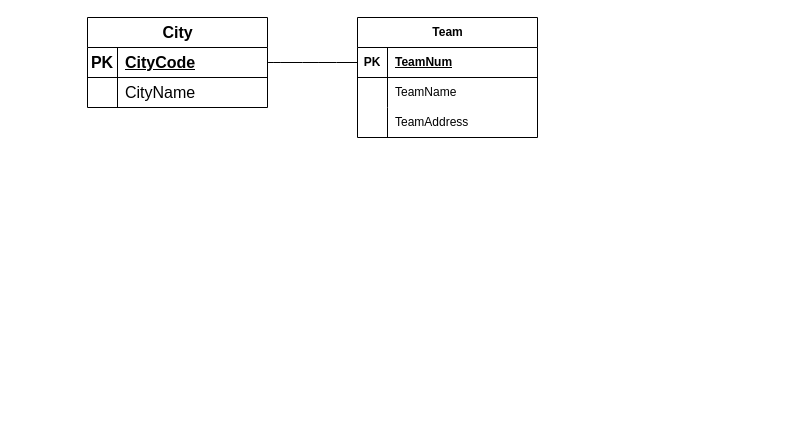
This is CSCCS.drawio from AyTea14/CSCCS-Flowchart, a draw.io file, before an edit. Source tidied: cells renumbered, new cells numbered last; positions are measured from the earlier drawing's top-left corner, leaving out a move shared by most shapes. Both pictures are drawn from the tidied source at 100%, with x=0, y=0 at pixel (87, 17). Pictures stored in the file or linked from it are replaced by grey dashed boxes.
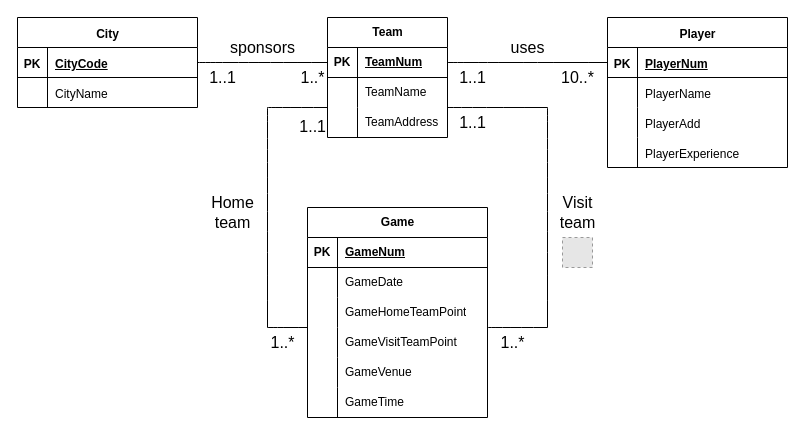
The same page after the edit.

The change refers to these unchanged cells:
```xml
<mxCell id="3" style="shape=tableRow;horizontal=0;startSize=0;swimlaneHead=0;swimlaneBody=0;fillColor=none;points=[[0,0.5],[1,0.5]];portConstraint=eastwest;top=0;left=0;right=0;bottom=1;fontSize=16;labelBackgroundColor=none;" parent="2" vertex="1">
  <mxGeometry y="30" width="180" height="30" as="geometry" />
</mxCell>
<mxCell id="6" style="shape=tableRow;horizontal=0;startSize=0;swimlaneHead=0;swimlaneBody=0;fillColor=none;top=0;left=0;right=0;bottom=0;fontSize=16;labelBackgroundColor=none;" parent="2" vertex="1">
  <mxGeometry y="60" width="180" height="30" as="geometry" />
</mxCell>
```

The edit, as a diff of the source:
```diff
@@
-    <mxCell id="2" value="City" style="shape=table;startSize=30;childLayout=tableLayout;rowLines=0;fontStyle=1;align=center;html=1;fontSize=16;labelBackgroundColor=none;" parent="1" vertex="1">
-      <mxGeometry width="180" height="90" as="geometry" />
+    <mxCell id="2" value="&lt;font style=&quot;font-size: 12px;&quot;&gt;City&lt;/font&gt;" style="shape=table;startSize=30;childLayout=tableLayout;rowLines=0;fontStyle=1;align=center;html=1;fontSize=16;labelBackgroundColor=none;" parent="1" vertex="1">
+      <mxGeometry x="-70" width="180" height="90" as="geometry" />
     </mxCell>
@@
-    <mxCell id="4" value="PK" style="shape=partialRectangle;fillColor=none;top=0;left=0;bottom=0;right=0;fontStyle=1;overflow=hidden;whiteSpace=wrap;html=1;fontSize=16;labelBackgroundColor=none;" parent="3" vertex="1">
+    <mxCell id="4" value="&lt;font style=&quot;font-size: 12px;&quot;&gt;PK&lt;/font&gt;" style="shape=partialRectangle;fillColor=none;top=0;left=0;bottom=0;right=0;fontStyle=1;overflow=hidden;whiteSpace=wrap;html=1;fontSize=16;labelBackgroundColor=none;" parent="3" vertex="1">
       <mxGeometry width="30" height="30" as="geometry" />
     </mxCell>
-    <mxCell id="5" value="CityCode" style="shape=partialRectangle;fillColor=none;top=0;left=0;bottom=0;right=0;align=left;spacingLeft=6;fontStyle=5;overflow=hidden;whiteSpace=wrap;html=1;fontSize=16;labelBackgroundColor=none;" parent="3" vertex="1">
+    <mxCell id="5" value="&lt;font style=&quot;font-size: 12px;&quot;&gt;CityCode&lt;/font&gt;" style="shape=partialRectangle;fillColor=none;top=0;left=0;bottom=0;right=0;align=left;spacingLeft=6;fontStyle=5;overflow=hidden;whiteSpace=wrap;html=1;fontSize=16;labelBackgroundColor=none;" parent="3" vertex="1">
       <mxGeometry x="30" width="150" height="30" as="geometry" />
     </mxCell>
@@
-    <mxCell id="8" value="CityName" style="shape=partialRectangle;fillColor=none;top=0;left=0;bottom=0;right=0;align=left;spacingLeft=6;overflow=hidden;whiteSpace=wrap;html=1;fontSize=16;labelBackgroundColor=none;" parent="6" vertex="1">
+    <mxCell id="8" value="&lt;font style=&quot;font-size: 12px;&quot;&gt;CityName&lt;/font&gt;" style="shape=partialRectangle;fillColor=none;top=0;left=0;bottom=0;right=0;align=left;spacingLeft=6;overflow=hidden;whiteSpace=wrap;html=1;fontSize=16;labelBackgroundColor=none;" parent="6" vertex="1">
       <mxGeometry x="30" width="150" height="30" as="geometry" />
     </mxCell>
     <mxCell id="9" value="Team" style="shape=table;startSize=30;childLayout=tableLayout;rowLines=0;fontStyle=1;align=center;html=1;labelBackgroundColor=none;" parent="1" vertex="1">
-      <mxGeometry x="270" width="180" height="120" as="geometry" />
+      <mxGeometry x="240" width="120" height="120" as="geometry" />
     </mxCell>
     <mxCell id="10" style="shape=tableRow;horizontal=0;startSize=0;swimlaneHead=0;swimlaneBody=0;fillColor=none;points=[[0,0.5],[1,0.5]];portConstraint=eastwest;top=0;left=0;right=0;bottom=1;labelBackgroundColor=none;" parent="9" vertex="1">
-      <mxGeometry y="30" width="180" height="30" as="geometry" />
+      <mxGeometry y="30" width="120" height="30" as="geometry" />
     </mxCell>
@@
     <mxCell id="12" value="TeamNum" style="shape=partialRectangle;fillColor=none;top=0;left=0;bottom=0;right=0;align=left;spacingLeft=6;fontStyle=5;overflow=hidden;whiteSpace=wrap;html=1;labelBackgroundColor=none;" parent="10" vertex="1">
-      <mxGeometry x="30" width="150" height="30" as="geometry" />
+      <mxGeometry x="30" width="90" height="30" as="geometry" />
     </mxCell>
     <mxCell id="13" style="shape=tableRow;horizontal=0;startSize=0;swimlaneHead=0;swimlaneBody=0;fillColor=none;top=0;left=0;right=0;bottom=0;labelBackgroundColor=none;" parent="9" vertex="1">
-      <mxGeometry y="60" width="180" height="30" as="geometry" />
+      <mxGeometry y="60" width="120" height="30" as="geometry" />
     </mxCell>
@@
     <mxCell id="15" value="TeamName" style="shape=partialRectangle;fillColor=none;top=0;left=0;bottom=0;right=0;align=left;spacingLeft=6;overflow=hidden;whiteSpace=wrap;html=1;labelBackgroundColor=none;" parent="13" vertex="1">
-      <mxGeometry x="30" width="150" height="30" as="geometry" />
+      <mxGeometry x="30" width="90" height="30" as="geometry" />
     </mxCell>
     <mxCell id="16" style="shape=tableRow;horizontal=0;startSize=0;swimlaneHead=0;swimlaneBody=0;fillColor=none;top=0;left=0;right=0;bottom=0;labelBackgroundColor=none;" parent="9" vertex="1">
-      <mxGeometry y="90" width="180" height="30" as="geometry" />
+      <mxGeometry y="90" width="120" height="30" as="geometry" />
     </mxCell>
@@
     <mxCell id="18" value="TeamAddress" style="shape=partialRectangle;fillColor=none;top=0;left=0;bottom=0;right=0;align=left;spacingLeft=6;overflow=hidden;whiteSpace=wrap;html=1;labelBackgroundColor=none;" parent="16" vertex="1">
-      <mxGeometry x="30" width="150" height="30" as="geometry" />
+      <mxGeometry x="30" width="90" height="30" as="geometry" />
     </mxCell>
+    <mxCell id="20" value="Game" style="shape=table;startSize=30;childLayout=tableLayout;rowLines=0;fontStyle=1;align=center;html=1;" parent="1" vertex="1">
+      <mxGeometry x="220" y="190" width="180" height="210" as="geometry" />
+    </mxCell>
+    <mxCell id="21" style="shape=tableRow;horizontal=0;startSize=0;swimlaneHead=0;swimlaneBody=0;fillColor=none;top=0;left=0;right=0;bottom=1;" parent="20" vertex="1">
+      <mxGeometry y="30" width="180" height="30" as="geometry" />
+    </mxCell>
+    <mxCell id="22" value="PK" style="shape=partialRectangle;fillColor=none;top=0;left=0;bottom=0;right=0;fontStyle=1;overflow=hidden;whiteSpace=wrap;html=1;" parent="21" vertex="1">
+      <mxGeometry width="30" height="30" as="geometry" />
+    </mxCell>
+    <mxCell id="23" value="GameNum" style="shape=partialRectangle;fillColor=none;top=0;left=0;bottom=0;right=0;align=left;spacingLeft=6;fontStyle=5;overflow=hidden;whiteSpace=wrap;html=1;" parent="21" vertex="1">
+      <mxGeometry x="30" width="150" height="30" as="geometry" />
+    </mxCell>
+    <mxCell id="24" style="shape=tableRow;horizontal=0;startSize=0;swimlaneHead=0;swimlaneBody=0;fillColor=none;top=0;left=0;right=0;bottom=0;" parent="20" vertex="1">
+      <mxGeometry y="60" width="180" height="30" as="geometry" />
+    </mxCell>
+    <mxCell id="25" style="shape=partialRectangle;fillColor=none;top=0;left=0;bottom=0;right=0;overflow=hidden;whiteSpace=wrap;html=1;" parent="24" vertex="1">
+      <mxGeometry width="30" height="30" as="geometry" />
+    </mxCell>
+    <mxCell id="26" value="GameDate" style="shape=partialRectangle;fillColor=none;top=0;left=0;bottom=0;right=0;align=left;spacingLeft=6;overflow=hidden;whiteSpace=wrap;html=1;" parent="24" vertex="1">
+      <mxGeometry x="30" width="150" height="30" as="geometry" />
+    </mxCell>
+    <mxCell id="27" style="shape=tableRow;horizontal=0;startSize=0;swimlaneHead=0;swimlaneBody=0;fillColor=none;top=0;left=0;right=0;bottom=0;" parent="20" vertex="1">
+      <mxGeometry y="90" width="180" height="30" as="geometry" />
+    </mxCell>
+    <mxCell id="28" style="shape=partialRectangle;fillColor=none;top=0;left=0;bottom=0;right=0;overflow=hidden;whiteSpace=wrap;html=1;" parent="27" vertex="1">
+      <mxGeometry width="30" height="30" as="geometry" />
+    </mxCell>
+    <mxCell id="29" value="GameHomeTeamPoint" style="shape=partialRectangle;fillColor=none;top=0;left=0;bottom=0;right=0;align=left;spacingLeft=6;overflow=hidden;whiteSpace=wrap;html=1;" parent="27" vertex="1">
+      <mxGeometry x="30" width="150" height="30" as="geometry" />
+    </mxCell>
+    <mxCell id="30" style="shape=tableRow;horizontal=0;startSize=0;swimlaneHead=0;swimlaneBody=0;fillColor=none;top=0;left=0;right=0;bottom=0;" parent="20" vertex="1">
+      <mxGeometry y="120" width="180" height="30" as="geometry" />
+    </mxCell>
+    <mxCell id="31" style="shape=partialRectangle;fillColor=none;top=0;left=0;bottom=0;right=0;overflow=hidden;whiteSpace=wrap;html=1;" parent="30" vertex="1">
+      <mxGeometry width="30" height="30" as="geometry" />
+    </mxCell>
+    <mxCell id="32" value="GameVisitTeamPoint" style="shape=partialRectangle;fillColor=none;top=0;left=0;bottom=0;right=0;align=left;spacingLeft=6;overflow=hidden;whiteSpace=wrap;html=1;" parent="30" vertex="1">
+      <mxGeometry x="30" width="150" height="30" as="geometry" />
+    </mxCell>
+    <mxCell id="33" style="shape=tableRow;horizontal=0;startSize=0;swimlaneHead=0;swimlaneBody=0;fillColor=none;top=0;left=0;right=0;bottom=0;" parent="20" vertex="1">
+      <mxGeometry y="150" width="180" height="30" as="geometry" />
+    </mxCell>
+    <mxCell id="34" style="shape=partialRectangle;fillColor=none;top=0;left=0;bottom=0;right=0;overflow=hidden;whiteSpace=wrap;html=1;" parent="33" vertex="1">
+      <mxGeometry width="30" height="30" as="geometry" />
+    </mxCell>
+    <mxCell id="35" value="GameVenue" style="shape=partialRectangle;fillColor=none;top=0;left=0;bottom=0;right=0;align=left;spacingLeft=6;overflow=hidden;whiteSpace=wrap;html=1;" parent="33" vertex="1">
+      <mxGeometry x="30" width="150" height="30" as="geometry" />
+    </mxCell>
+    <mxCell id="36" style="shape=tableRow;horizontal=0;startSize=0;swimlaneHead=0;swimlaneBody=0;fillColor=none;top=0;left=0;right=0;bottom=0;" parent="20" vertex="1">
+      <mxGeometry y="180" width="180" height="30" as="geometry" />
+    </mxCell>
+    <mxCell id="37" style="shape=partialRectangle;fillColor=none;top=0;left=0;bottom=0;right=0;overflow=hidden;whiteSpace=wrap;html=1;" parent="36" vertex="1">
+      <mxGeometry width="30" height="30" as="geometry" />
+    </mxCell>
+    <mxCell id="38" value="GameTime" style="shape=partialRectangle;fillColor=none;top=0;left=0;bottom=0;right=0;align=left;spacingLeft=6;overflow=hidden;whiteSpace=wrap;html=1;" parent="36" vertex="1">
+      <mxGeometry x="30" width="150" height="30" as="geometry" />
+    </mxCell>
@@
+    <mxCell id="39" value="1..1" style="text;html=1;align=center;verticalAlign=middle;strokeColor=none;fillColor=none;fontSize=16;" parent="1" vertex="1">
+      <mxGeometry x="110" y="45" width="50" height="30" as="geometry" />
+    </mxCell>
+    <mxCell id="40" value="1..*" style="text;html=1;align=center;verticalAlign=middle;strokeColor=none;fillColor=none;fontSize=16;" parent="1" vertex="1">
+      <mxGeometry x="200" y="45" width="50" height="30" as="geometry" />
+    </mxCell>
+    <mxCell id="41" value="sponsors" style="text;html=1;align=center;verticalAlign=middle;strokeColor=none;fillColor=none;fontSize=16;" parent="1" vertex="1">
+      <mxGeometry x="130" y="15" width="90" height="30" as="geometry" />
+    </mxCell>
+    <mxCell id="42" style="endArrow=none;html=1;rounded=0;fontSize=12;startSize=8;endSize=8;curved=1;" parent="1" edge="1">
+      <mxGeometry relative="1" as="geometry">
+        <mxPoint x="180" y="90" as="sourcePoint" />
+        <mxPoint x="240" y="90" as="targetPoint" />
+      </mxGeometry>
+    </mxCell>
+    <mxCell id="43" value="1..1" style="html=1;whiteSpace=wrap;align=right;verticalAlign=bottom;fontSize=16;" parent="42" vertex="1">
+      <mxGeometry x="1" relative="1" as="geometry">
+        <mxPoint y="30" as="offset" />
+      </mxGeometry>
+    </mxCell>
+    <mxCell id="44" style="endArrow=none;html=1;rounded=0;fontSize=12;startSize=8;endSize=8;curved=1;" parent="1" edge="1">
+      <mxGeometry relative="1" as="geometry">
+        <mxPoint x="180" y="90" as="sourcePoint" />
+        <mxPoint x="180" y="310" as="targetPoint" />
+      </mxGeometry>
+    </mxCell>
+    <mxCell id="45" style="endArrow=none;html=1;rounded=0;fontSize=12;startSize=8;endSize=8;curved=1;" parent="1" edge="1">
+      <mxGeometry relative="1" as="geometry">
+        <mxPoint x="180" y="310" as="sourcePoint" />
+        <mxPoint x="220" y="310" as="targetPoint" />
+      </mxGeometry>
+    </mxCell>
+    <mxCell id="46" value="1..*" style="text;html=1;align=center;verticalAlign=middle;strokeColor=none;fillColor=none;fontSize=16;" parent="1" vertex="1">
+      <mxGeometry x="170" y="310" width="50" height="30" as="geometry" />
+    </mxCell>
+    <mxCell id="47" value="Home&lt;br&gt;team" style="text;html=1;align=center;verticalAlign=middle;strokeColor=none;fillColor=none;fontSize=16;" parent="1" vertex="1">
+      <mxGeometry x="110" y="170" width="70" height="50" as="geometry" />
+    </mxCell>
+    <mxCell id="48" style="endArrow=none;html=1;rounded=0;fontSize=12;startSize=8;endSize=8;curved=1;" parent="1" edge="1">
+      <mxGeometry relative="1" as="geometry">
+        <mxPoint x="360" y="90" as="sourcePoint" />
+        <mxPoint x="460" y="90" as="targetPoint" />
+      </mxGeometry>
+    </mxCell>
+    <mxCell id="49" style="endArrow=none;html=1;rounded=0;fontSize=12;startSize=8;endSize=8;curved=1;" parent="1" edge="1">
+      <mxGeometry relative="1" as="geometry">
+        <mxPoint x="460" y="90" as="sourcePoint" />
+        <mxPoint x="460" y="310" as="targetPoint" />
+      </mxGeometry>
+    </mxCell>
+    <mxCell id="50" style="endArrow=none;html=1;rounded=0;fontSize=12;startSize=8;endSize=8;curved=1;" parent="1" edge="1">
+      <mxGeometry relative="1" as="geometry">
+        <mxPoint x="400" y="310" as="sourcePoint" />
+        <mxPoint x="460" y="310" as="targetPoint" />
+      </mxGeometry>
+    </mxCell>
+    <mxCell id="51" value="1..1" style="text;html=1;align=center;verticalAlign=middle;strokeColor=none;fillColor=none;fontSize=16;" parent="1" vertex="1">
+      <mxGeometry x="360" y="90" width="50" height="30" as="geometry" />
+    </mxCell>
+    <mxCell id="52" value="1..*" style="text;html=1;align=center;verticalAlign=middle;strokeColor=none;fillColor=none;fontSize=16;" parent="1" vertex="1">
+      <mxGeometry x="400" y="310" width="50" height="30" as="geometry" />
+    </mxCell>
+    <mxCell id="53" value="Visit&lt;br&gt;team" style="text;html=1;align=center;verticalAlign=middle;strokeColor=none;fillColor=none;fontSize=16;" parent="1" vertex="1">
+      <mxGeometry x="460" y="170" width="60" height="50" as="geometry" />
+    </mxCell>
+    <mxCell id="54" style="fillColor=#E6E6E6;strokeColor=#999999;dashed=1;html=1;verticalAlign=top;verticalLabelPosition=bottom;labelBackgroundColor=#ffffff;fontSize=16;" parent="1" vertex="1">
+      <mxGeometry x="475" y="220" width="30" height="30" as="geometry" />
+    </mxCell>
+    <mxCell id="55" value="&lt;font style=&quot;font-size: 12px;&quot;&gt;Player&lt;/font&gt;" style="shape=table;startSize=30;childLayout=tableLayout;rowLines=0;fontStyle=1;align=center;html=1;fontSize=16;" parent="1" vertex="1">
+      <mxGeometry x="520" width="180" height="150" as="geometry" />
+    </mxCell>
+    <mxCell id="56" style="shape=tableRow;horizontal=0;startSize=0;swimlaneHead=0;swimlaneBody=0;fillColor=none;points=[[0,0.5],[1,0.5]];portConstraint=eastwest;top=0;left=0;right=0;bottom=1;fontSize=16;" parent="55" vertex="1">
+      <mxGeometry y="30" width="180" height="30" as="geometry" />
+    </mxCell>
+    <mxCell id="57" value="&lt;font style=&quot;font-size: 12px;&quot;&gt;PK&lt;/font&gt;" style="shape=partialRectangle;fillColor=none;top=0;left=0;bottom=0;right=0;fontStyle=1;overflow=hidden;whiteSpace=wrap;html=1;fontSize=16;" parent="56" vertex="1">
+      <mxGeometry width="30" height="30" as="geometry" />
+    </mxCell>
+    <mxCell id="58" value="&lt;font style=&quot;font-size: 12px;&quot;&gt;PlayerNum&lt;/font&gt;" style="shape=partialRectangle;fillColor=none;top=0;left=0;bottom=0;right=0;align=left;spacingLeft=6;fontStyle=5;overflow=hidden;whiteSpace=wrap;html=1;fontSize=16;" parent="56" vertex="1">
+      <mxGeometry x="30" width="150" height="30" as="geometry" />
+    </mxCell>
+    <mxCell id="59" style="shape=tableRow;horizontal=0;startSize=0;swimlaneHead=0;swimlaneBody=0;fillColor=none;top=0;left=0;right=0;bottom=0;fontSize=16;" parent="55" vertex="1">
+      <mxGeometry y="60" width="180" height="30" as="geometry" />
+    </mxCell>
+    <mxCell id="60" style="shape=partialRectangle;fillColor=none;top=0;left=0;bottom=0;right=0;overflow=hidden;whiteSpace=wrap;html=1;fontSize=16;" parent="59" vertex="1">
+      <mxGeometry width="30" height="30" as="geometry" />
+    </mxCell>
+    <mxCell id="61" value="&lt;font style=&quot;font-size: 12px;&quot;&gt;PlayerName&lt;/font&gt;" style="shape=partialRectangle;fillColor=none;top=0;left=0;bottom=0;right=0;align=left;spacingLeft=6;overflow=hidden;whiteSpace=wrap;html=1;fontSize=16;" parent="59" vertex="1">
+      <mxGeometry x="30" width="150" height="30" as="geometry" />
+    </mxCell>
+    <mxCell id="62" style="shape=tableRow;horizontal=0;startSize=0;swimlaneHead=0;swimlaneBody=0;fillColor=none;top=0;left=0;right=0;bottom=0;fontSize=16;" parent="55" vertex="1">
+      <mxGeometry y="90" width="180" height="30" as="geometry" />
+    </mxCell>
+    <mxCell id="63" style="shape=partialRectangle;fillColor=none;top=0;left=0;bottom=0;right=0;overflow=hidden;whiteSpace=wrap;html=1;fontSize=16;" parent="62" vertex="1">
+      <mxGeometry width="30" height="30" as="geometry" />
+    </mxCell>
+    <mxCell id="64" value="&lt;font style=&quot;font-size: 12px;&quot;&gt;PlayerAdd&lt;/font&gt;" style="shape=partialRectangle;fillColor=none;top=0;left=0;bottom=0;right=0;align=left;spacingLeft=6;overflow=hidden;whiteSpace=wrap;html=1;fontSize=16;" parent="62" vertex="1">
+      <mxGeometry x="30" width="150" height="30" as="geometry" />
+    </mxCell>
+    <mxCell id="65" style="shape=tableRow;horizontal=0;startSize=0;swimlaneHead=0;swimlaneBody=0;fillColor=none;top=0;left=0;right=0;bottom=0;fontSize=16;" parent="55" vertex="1">
+      <mxGeometry y="120" width="180" height="30" as="geometry" />
+    </mxCell>
+    <mxCell id="66" style="shape=partialRectangle;fillColor=none;top=0;left=0;bottom=0;right=0;overflow=hidden;whiteSpace=wrap;html=1;fontSize=16;" parent="65" vertex="1">
+      <mxGeometry width="30" height="30" as="geometry" />
+    </mxCell>
+    <mxCell id="67" value="&lt;font style=&quot;font-size: 12px;&quot;&gt;PlayerExperience&lt;/font&gt;" style="shape=partialRectangle;fillColor=none;top=0;left=0;bottom=0;right=0;align=left;spacingLeft=6;overflow=hidden;whiteSpace=wrap;html=1;fontSize=16;" parent="65" vertex="1">
+      <mxGeometry x="30" width="150" height="30" as="geometry" />
+    </mxCell>
+    <mxCell id="68" style="endArrow=none;html=1;rounded=0;fontSize=12;startSize=8;endSize=8;curved=1;exitX=1;exitY=0.5;exitDx=0;exitDy=0;entryX=0;entryY=0.5;entryDx=0;entryDy=0;" parent="1" edge="1" source="10" target="56">
+      <mxGeometry relative="1" as="geometry" />
+    </mxCell>
+    <mxCell id="69" value="1..1" style="text;html=1;align=center;verticalAlign=middle;strokeColor=none;fillColor=none;fontSize=16;" parent="1" vertex="1">
+      <mxGeometry x="360" y="45" width="50" height="30" as="geometry" />
+    </mxCell>
+    <mxCell id="70" value="10..*" style="text;html=1;align=center;verticalAlign=middle;strokeColor=none;fillColor=none;fontSize=16;" parent="1" vertex="1">
+      <mxGeometry x="460" y="45" width="60" height="30" as="geometry" />
+    </mxCell>
+    <mxCell id="71" value="uses" style="text;html=1;align=center;verticalAlign=middle;strokeColor=none;fillColor=none;fontSize=16;" parent="1" vertex="1">
+      <mxGeometry x="410" y="15" width="60" height="30" as="geometry" />
+    </mxCell>
```
